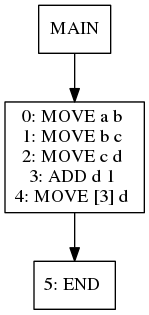
Before: viz/test019.dot.png, a diagram exported from Graphviz (jiahanwang/PL241-Compiler). Its source is kept beside it as viz/test019.dot.
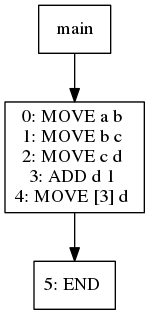
After the change.

What changed in the source:
```diff
@@ -1,14 +1,14 @@
 digraph test019 {
 node [shape=box]
-1[label="MAIN"]
-1 -> 3
-3[label="0: MOVE a b
+366[label="main"]
+366 -> 368
+368[label="0: MOVE a b
 1: MOVE b c
 2: MOVE c d
 3: ADD d 1
 4: MOVE [3] d
 "]
-3 -> 7
-7[label="5: END
+368 -> 372
+372[label="5: END
 "]
 }
```
